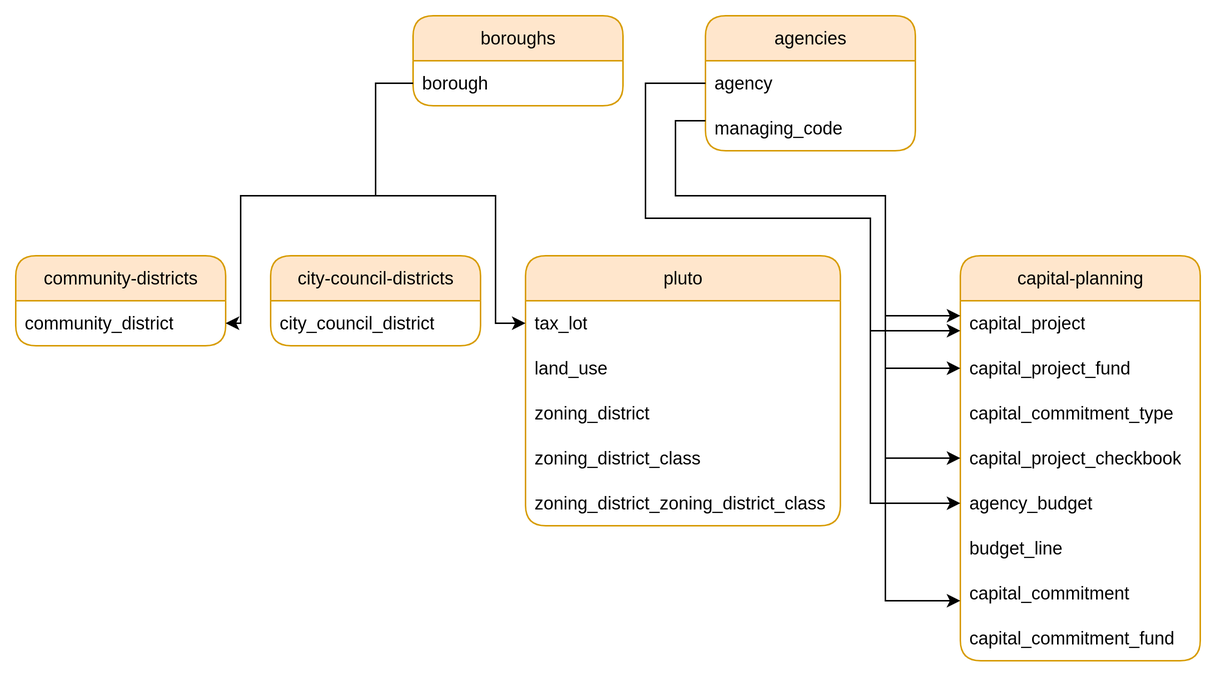
Before: documentation/diagrams/build_table_relationship.drawio.png, a diagram exported from draw.io (NYCPlanning/ae-data-flow). Source tidied: cells renumbered, new cells last; positions are measured from the earlier drawing's top-left corner, leaving out a move shared by most shapes.
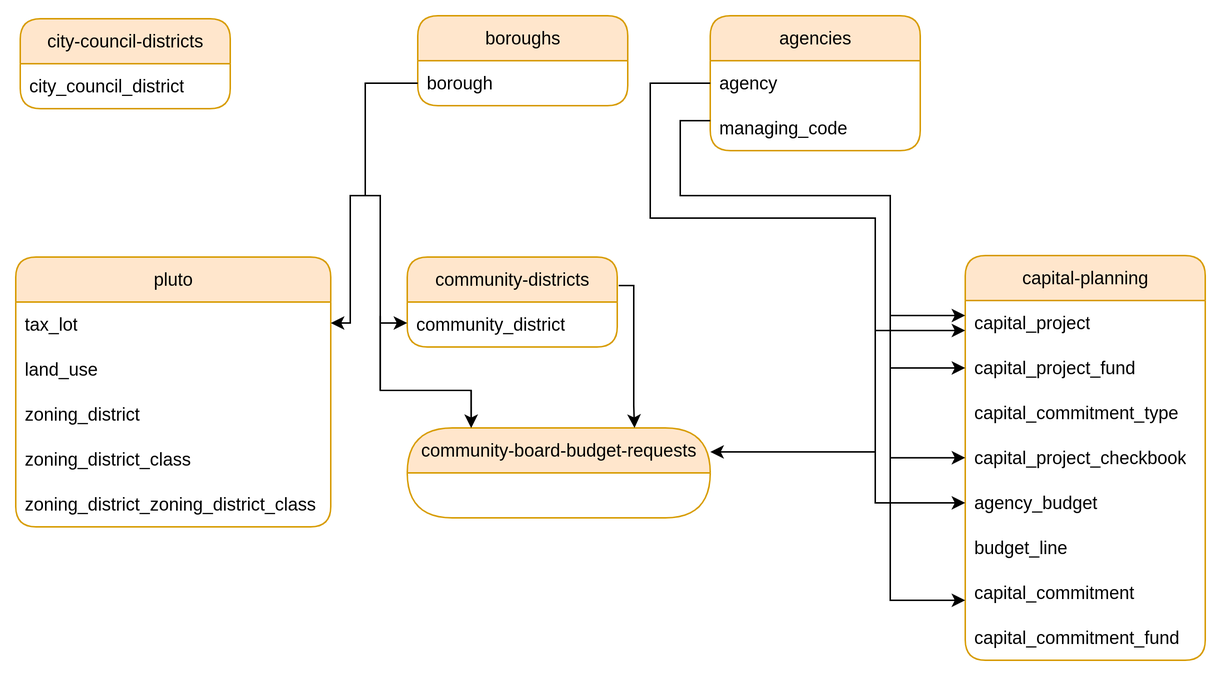
Later version of the same file.

Commit message:
cbbr in documentation diagram

Change to the diagram source:
```diff
@@ -9,19 +9,19 @@
       <mxGeometry y="30" width="140" height="30" as="geometry" />
     </mxCell>
     <mxCell id="4" value="community-districts" style="swimlane;fontStyle=0;horizontal=1;startSize=30;whiteSpace=wrap;html=1;fillColor=#ffe6cc;strokeColor=#d79b00;rounded=1;" parent="1" vertex="1">
-      <mxGeometry y="160" width="140" height="60" as="geometry" />
+      <mxGeometry x="258" y="161" width="140" height="60" as="geometry" />
     </mxCell>
     <mxCell id="5" value="community_district" style="text;strokeColor=none;fillColor=none;align=left;verticalAlign=middle;spacingLeft=4;spacingRight=4;overflow=hidden;points=[[0,0.5,0,0,0],[1,0.5,0,0,0]];portConstraint=eastwest;whiteSpace=wrap;html=1;" parent="4" vertex="1">
       <mxGeometry y="30" width="140" height="30" as="geometry" />
     </mxCell>
     <mxCell id="6" value="city-council-districts" style="swimlane;fontStyle=0;horizontal=1;startSize=30;whiteSpace=wrap;html=1;fillColor=#ffe6cc;strokeColor=#d79b00;rounded=1;" parent="1" vertex="1">
-      <mxGeometry x="170" y="160" width="140" height="60" as="geometry" />
+      <mxGeometry y="2" width="140" height="60" as="geometry" />
     </mxCell>
     <mxCell id="7" value="city_council_district" style="text;strokeColor=none;fillColor=none;align=left;verticalAlign=middle;spacingLeft=4;spacingRight=4;overflow=hidden;whiteSpace=wrap;html=1;" parent="6" vertex="1">
       <mxGeometry y="30" width="140" height="30" as="geometry" />
     </mxCell>
     <mxCell id="8" value="pluto" style="swimlane;fontStyle=0;horizontal=1;startSize=30;whiteSpace=wrap;html=1;rounded=1;fillColor=#ffe6cc;strokeColor=#d79b00;" parent="1" vertex="1">
-      <mxGeometry x="340" y="160" width="210" height="180" as="geometry" />
+      <mxGeometry x="-3" y="161" width="210" height="180" as="geometry" />
     </mxCell>
     <mxCell id="9" value="tax_lot" style="text;strokeColor=none;fillColor=none;align=left;verticalAlign=middle;spacingLeft=4;spacingRight=4;overflow=hidden;points=[[0,0.5],[1,0.5]];portConstraint=eastwest;whiteSpace=wrap;html=1;" parent="8" vertex="1">
       <mxGeometry y="30" width="210" height="30" as="geometry" />
@@ -67,20 +67,19 @@
     </mxCell>
     <mxCell id="23" style="edgeStyle=orthogonalEdgeStyle;rounded=0;jettySize=auto;html=1;" parent="1" edge="1" target="5">
       <mxGeometry relative="1" as="geometry">
-        <mxPoint x="240" y="120" as="sourcePoint" />
+        <mxPoint x="230" y="120" as="sourcePoint" />
         <Array as="points">
-          <mxPoint x="150" y="120" />
-          <mxPoint x="150" y="205" />
+          <mxPoint x="240" y="205" />
         </Array>
       </mxGeometry>
     </mxCell>
     <mxCell id="24" style="edgeStyle=orthogonalEdgeStyle;rounded=0;jettySize=auto;html=1;exitX=0;exitY=0.5;exitDx=0;exitDy=0;exitPerimeter=0;" parent="1" edge="1" source="3" target="9">
       <mxGeometry relative="1" as="geometry">
         <Array as="points">
-          <mxPoint x="240" y="45" />
-          <mxPoint x="240" y="120" />
-          <mxPoint x="320" y="120" />
-          <mxPoint x="320" y="205" />
+          <mxPoint x="230" y="45" />
+          <mxPoint x="230" y="120" />
+          <mxPoint x="220" y="120" />
+          <mxPoint x="220" y="205" />
         </Array>
       </mxGeometry>
     </mxCell>
@@ -154,5 +153,34 @@
         </Array>
       </mxGeometry>
     </mxCell>
+    <mxCell id="34" value="community-board-&lt;span style=&quot;background-color: transparent; color: light-dark(rgb(0, 0, 0), rgb(255, 255, 255));&quot;&gt;budget-requests&lt;/span&gt;" style="swimlane;fontStyle=0;horizontal=1;startSize=30;whiteSpace=wrap;html=1;rounded=1;fillColor=#ffe6cc;strokeColor=#d79b00;arcSize=50;" parent="1" vertex="1">
+      <mxGeometry x="258" y="275" width="202" height="60" as="geometry" />
+    </mxCell>
+    <mxCell id="35" style="edgeStyle=orthogonalEdgeStyle;rounded=0;jettySize=auto;html=1;entryX=0.75;entryY=0;entryDx=0;entryDy=0;" parent="1" edge="1" target="34">
+      <mxGeometry relative="1" as="geometry">
+        <mxPoint x="399" y="180" as="sourcePoint" />
+        <Array as="points">
+          <mxPoint x="399" y="180" />
+          <mxPoint x="409" y="180" />
+          <mxPoint x="409" y="260" />
+          <mxPoint x="410" y="260" />
+        </Array>
+      </mxGeometry>
+    </mxCell>
+    <mxCell id="36" style="edgeStyle=orthogonalEdgeStyle;rounded=0;jettySize=auto;html=1;entryX=0.211;entryY=0.001;entryDx=0;entryDy=0;entryPerimeter=0;" parent="1" edge="1" target="34">
+      <mxGeometry relative="1" as="geometry">
+        <mxPoint x="240" y="200" as="sourcePoint" />
+        <Array as="points">
+          <mxPoint x="240" y="250" />
+          <mxPoint x="301" y="250" />
+        </Array>
+      </mxGeometry>
+    </mxCell>
+    <mxCell id="37" style="edgeStyle=orthogonalEdgeStyle;rounded=0;orthogonalLoop=1;jettySize=auto;html=1;strokeColor=light-dark(#000000,#CCFFCC);entryX=1;entryY=0.5;entryDx=0;entryDy=0;" parent="1" edge="1">
+      <mxGeometry relative="1" as="geometry">
+        <mxPoint x="570" y="291" as="sourcePoint" />
+        <mxPoint x="460" y="291" as="targetPoint" />
+      </mxGeometry>
+    </mxCell>
   </root>
 </mxGraphModel>
```
